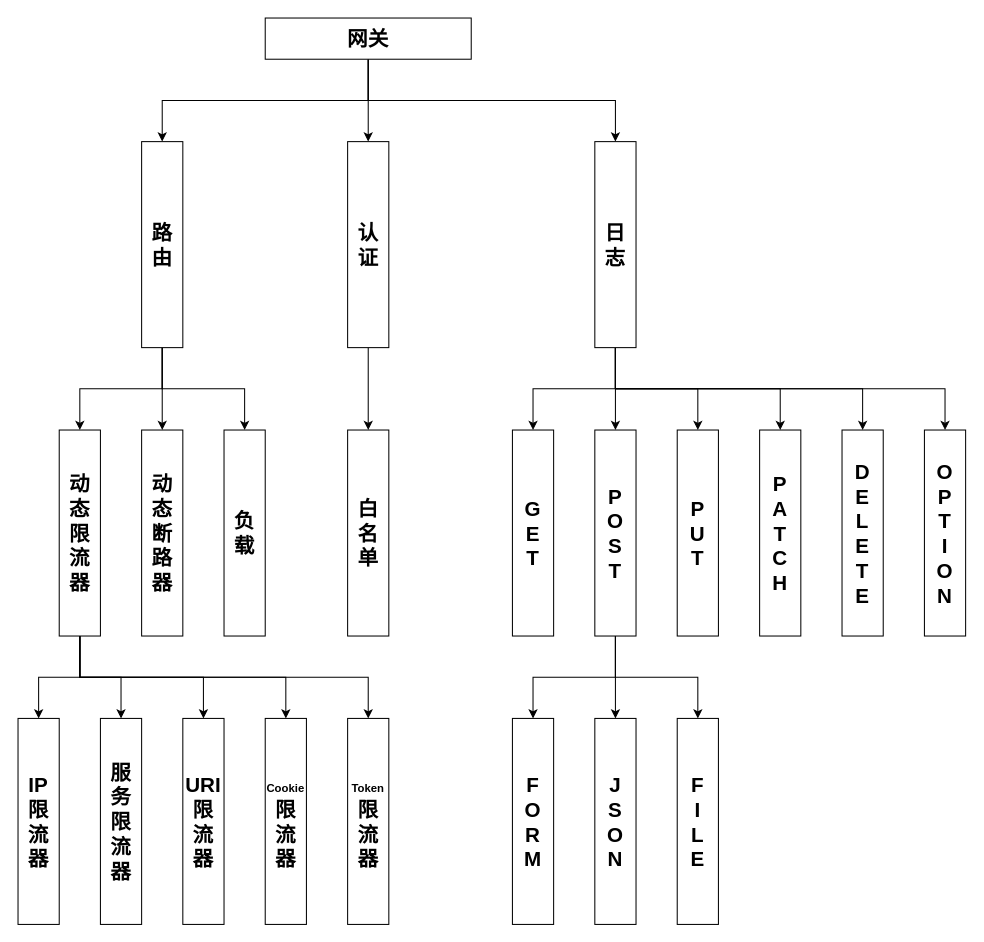
Before: page "功能列表" (1 of 3) of ms-web-gateway/doc/gateway.drawio in QQ1350995917/java-ms-template, a draw.io diagram. Source tidied: cells renumbered, new cells numbered last; positions are measured from the earlier drawing's top-left corner, leaving out a move shared by most shapes. Both pictures are drawn from the tidied source at 103%, with x=0, y=0 at pixel (18, 18).
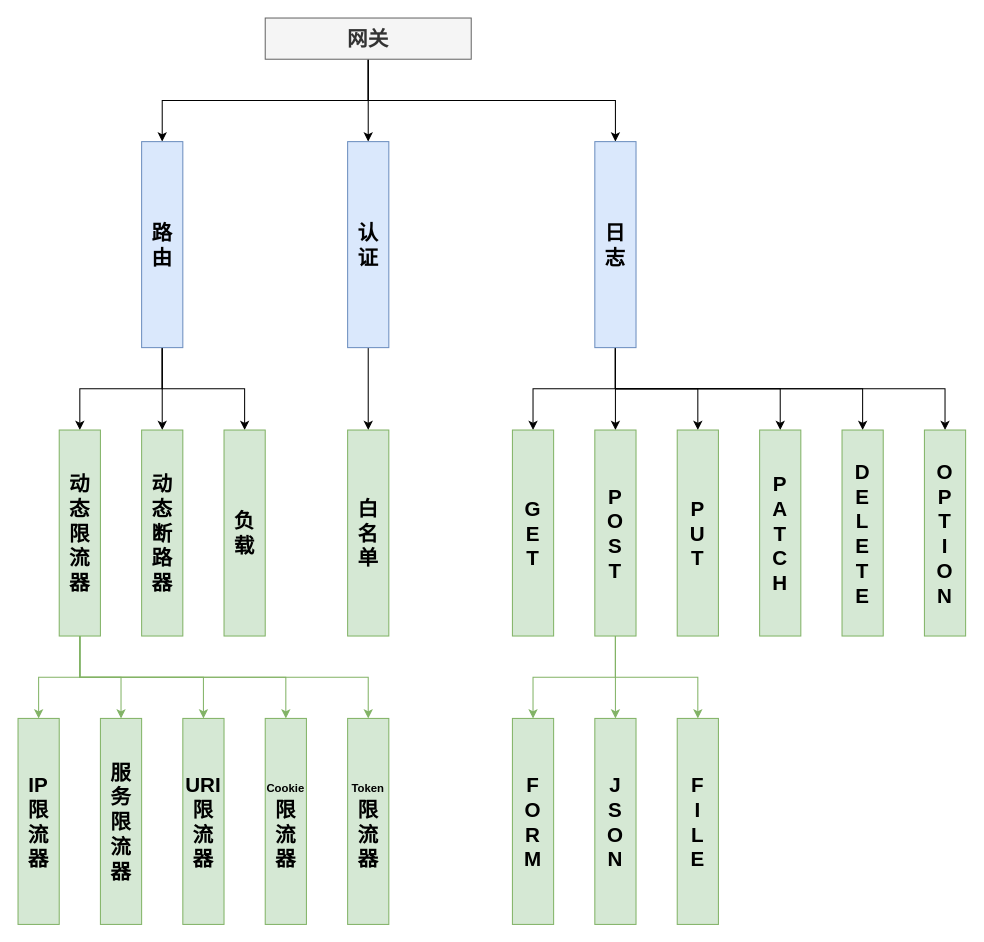
After the change.

The edit, as a diff of the source:
```diff
@@
-    <mxCell id="5" value="&lt;font style=&quot;font-size: 20px;&quot;&gt;网关&lt;/font&gt;" style="rounded=0;whiteSpace=wrap;html=1;fontStyle=1;fontSize=20;" parent="1" vertex="1">
+    <mxCell id="5" value="&lt;font style=&quot;font-size: 20px;&quot;&gt;网关&lt;/font&gt;" style="rounded=0;whiteSpace=wrap;html=1;fontStyle=1;fontSize=20;fillColor=#f5f5f5;strokeColor=#666666;fontColor=#333333;" parent="1" vertex="1">
       <mxGeometry x="240" width="200" height="40" as="geometry" />
     </mxCell>
@@
-    <mxCell id="9" value="路由" style="rounded=0;whiteSpace=wrap;html=1;fontStyle=1;fontSize=20;direction=south;" parent="1" vertex="1">
+    <mxCell id="9" value="路由" style="rounded=0;whiteSpace=wrap;html=1;fontStyle=1;fontSize=20;direction=south;fillColor=#dae8fc;strokeColor=#6c8ebf;" parent="1" vertex="1">
       <mxGeometry x="120" y="120" width="40" height="200" as="geometry" />
     </mxCell>
-    <mxCell id="10" style="edgeStyle=orthogonalEdgeStyle;rounded=0;jettySize=auto;html=1;fontSize=20;" parent="1" edge="1" source="15" target="16">
+    <mxCell id="10" style="edgeStyle=orthogonalEdgeStyle;rounded=0;jettySize=auto;html=1;fontSize=20;fillColor=#d5e8d4;strokeColor=#82b366;" parent="1" edge="1" source="15" target="16">
       <mxGeometry relative="1" as="geometry" />
     </mxCell>
-    <mxCell id="11" style="edgeStyle=orthogonalEdgeStyle;rounded=0;jettySize=auto;html=1;exitX=1;exitY=0.5;exitDx=0;exitDy=0;entryX=0;entryY=0.5;entryDx=0;entryDy=0;fontSize=20;" parent="1" edge="1" source="15" target="30">
+    <mxCell id="11" style="edgeStyle=orthogonalEdgeStyle;rounded=0;jettySize=auto;html=1;exitX=1;exitY=0.5;exitDx=0;exitDy=0;entryX=0;entryY=0.5;entryDx=0;entryDy=0;fontSize=20;fillColor=#d5e8d4;strokeColor=#82b366;" parent="1" edge="1" source="15" target="30">
       <mxGeometry relative="1" as="geometry" />
     </mxCell>
-    <mxCell id="12" style="edgeStyle=orthogonalEdgeStyle;rounded=0;jettySize=auto;html=1;exitX=1;exitY=0.5;exitDx=0;exitDy=0;entryX=0;entryY=0.5;entryDx=0;entryDy=0;fontSize=20;" parent="1" edge="1" source="15" target="31">
+    <mxCell id="12" style="edgeStyle=orthogonalEdgeStyle;rounded=0;jettySize=auto;html=1;exitX=1;exitY=0.5;exitDx=0;exitDy=0;entryX=0;entryY=0.5;entryDx=0;entryDy=0;fontSize=20;fillColor=#d5e8d4;strokeColor=#82b366;" parent="1" edge="1" source="15" target="31">
       <mxGeometry relative="1" as="geometry" />
     </mxCell>
-    <mxCell id="13" style="edgeStyle=orthogonalEdgeStyle;rounded=0;jettySize=auto;html=1;exitX=1;exitY=0.5;exitDx=0;exitDy=0;fontSize=20;" parent="1" edge="1" source="15" target="32">
+    <mxCell id="13" style="edgeStyle=orthogonalEdgeStyle;rounded=0;jettySize=auto;html=1;exitX=1;exitY=0.5;exitDx=0;exitDy=0;fontSize=20;fillColor=#d5e8d4;strokeColor=#82b366;" parent="1" edge="1" source="15" target="32">
       <mxGeometry relative="1" as="geometry" />
     </mxCell>
-    <mxCell id="14" style="edgeStyle=orthogonalEdgeStyle;rounded=0;jettySize=auto;html=1;exitX=1;exitY=0.5;exitDx=0;exitDy=0;fontSize=20;" parent="1" edge="1" source="15" target="33">
+    <mxCell id="14" style="edgeStyle=orthogonalEdgeStyle;rounded=0;jettySize=auto;html=1;exitX=1;exitY=0.5;exitDx=0;exitDy=0;fontSize=20;fillColor=#d5e8d4;strokeColor=#82b366;" parent="1" edge="1" source="15" target="33">
       <mxGeometry relative="1" as="geometry" />
     </mxCell>
-    <mxCell id="15" value="动态限流器" style="rounded=0;whiteSpace=wrap;html=1;fontStyle=1;fontSize=20;direction=south;" parent="1" vertex="1">
+    <mxCell id="15" value="动态限流器" style="rounded=0;whiteSpace=wrap;html=1;fontStyle=1;fontSize=20;direction=south;fillColor=#d5e8d4;strokeColor=#82b366;" parent="1" vertex="1">
       <mxGeometry x="40" y="400" width="40" height="200" as="geometry" />
     </mxCell>
-    <mxCell id="16" value="IP限流器" style="rounded=0;whiteSpace=wrap;html=1;fontStyle=1;fontSize=20;direction=south;" parent="1" vertex="1">
+    <mxCell id="16" value="IP限流器" style="rounded=0;whiteSpace=wrap;html=1;fontStyle=1;fontSize=20;direction=south;fillColor=#d5e8d4;strokeColor=#82b366;" parent="1" vertex="1">
       <mxGeometry y="680" width="40" height="200" as="geometry" />
     </mxCell>
@@
-    <mxCell id="18" value="认证" style="rounded=0;whiteSpace=wrap;html=1;fontStyle=1;fontSize=20;direction=south;" parent="1" vertex="1">
+    <mxCell id="18" value="认证" style="rounded=0;whiteSpace=wrap;html=1;fontStyle=1;fontSize=20;direction=south;fillColor=#dae8fc;strokeColor=#6c8ebf;" parent="1" vertex="1">
       <mxGeometry x="320" y="120" width="40" height="200" as="geometry" />
     </mxCell>
-    <mxCell id="19" value="白名单" style="rounded=0;whiteSpace=wrap;html=1;fontStyle=1;fontSize=20;direction=south;" parent="1" vertex="1">
+    <mxCell id="19" value="白名单" style="rounded=0;whiteSpace=wrap;html=1;fontStyle=1;fontSize=20;direction=south;fillColor=#d5e8d4;strokeColor=#82b366;" parent="1" vertex="1">
       <mxGeometry x="320" y="400" width="40" height="200" as="geometry" />
     </mxCell>
@@
-    <mxCell id="26" value="日志" style="rounded=0;whiteSpace=wrap;html=1;fontStyle=1;fontSize=20;direction=south;" parent="1" vertex="1">
+    <mxCell id="26" value="日志" style="rounded=0;whiteSpace=wrap;html=1;fontStyle=1;fontSize=20;direction=south;fillColor=#dae8fc;strokeColor=#6c8ebf;" parent="1" vertex="1">
       <mxGeometry x="560" y="120" width="40" height="200" as="geometry" />
     </mxCell>
-    <mxCell id="27" value="G&lt;br&gt;E&lt;br&gt;T" style="rounded=0;whiteSpace=wrap;html=1;fontStyle=1;fontSize=20;direction=south;" parent="1" vertex="1">
+    <mxCell id="27" value="G&lt;br&gt;E&lt;br&gt;T" style="rounded=0;whiteSpace=wrap;html=1;fontStyle=1;fontSize=20;direction=south;fillColor=#d5e8d4;strokeColor=#82b366;" parent="1" vertex="1">
       <mxGeometry x="480" y="400" width="40" height="200" as="geometry" />
     </mxCell>
-    <mxCell id="28" value="动态断路器" style="rounded=0;whiteSpace=wrap;html=1;fontStyle=1;fontSize=20;direction=south;" parent="1" vertex="1">
+    <mxCell id="28" value="动态断路器" style="rounded=0;whiteSpace=wrap;html=1;fontStyle=1;fontSize=20;direction=south;fillColor=#d5e8d4;strokeColor=#82b366;" parent="1" vertex="1">
       <mxGeometry x="120" y="400" width="40" height="200" as="geometry" />
     </mxCell>
-    <mxCell id="29" value="负载" style="rounded=0;whiteSpace=wrap;html=1;fontStyle=1;fontSize=20;direction=south;" parent="1" vertex="1">
+    <mxCell id="29" value="负载" style="rounded=0;whiteSpace=wrap;html=1;fontStyle=1;fontSize=20;direction=south;fillColor=#d5e8d4;strokeColor=#82b366;" parent="1" vertex="1">
       <mxGeometry x="200" y="400" width="40" height="200" as="geometry" />
     </mxCell>
-    <mxCell id="30" value="服务限流器" style="rounded=0;whiteSpace=wrap;html=1;fontStyle=1;fontSize=20;direction=south;" parent="1" vertex="1">
+    <mxCell id="30" value="服务限流器" style="rounded=0;whiteSpace=wrap;html=1;fontStyle=1;fontSize=20;direction=south;fillColor=#d5e8d4;strokeColor=#82b366;" parent="1" vertex="1">
       <mxGeometry x="80" y="680" width="40" height="200" as="geometry" />
     </mxCell>
-    <mxCell id="31" value="URI限流器" style="rounded=0;whiteSpace=wrap;html=1;fontStyle=1;fontSize=20;direction=south;" parent="1" vertex="1">
+    <mxCell id="31" value="URI限流器" style="rounded=0;whiteSpace=wrap;html=1;fontStyle=1;fontSize=20;direction=south;fillColor=#d5e8d4;strokeColor=#82b366;" parent="1" vertex="1">
       <mxGeometry x="160" y="680" width="40" height="200" as="geometry" />
     </mxCell>
-    <mxCell id="32" value="&lt;font style=&quot;font-size: 11px&quot;&gt;Cookie&lt;/font&gt;&lt;br&gt;限流器" style="rounded=0;whiteSpace=wrap;html=1;fontStyle=1;fontSize=20;direction=south;" parent="1" vertex="1">
+    <mxCell id="32" value="&lt;font style=&quot;font-size: 11px&quot;&gt;Cookie&lt;/font&gt;&lt;br&gt;限流器" style="rounded=0;whiteSpace=wrap;html=1;fontStyle=1;fontSize=20;direction=south;fillColor=#d5e8d4;strokeColor=#82b366;" parent="1" vertex="1">
       <mxGeometry x="240" y="680" width="40" height="200" as="geometry" />
     </mxCell>
-    <mxCell id="33" value="&lt;font style=&quot;font-size: 11px&quot;&gt;Token&lt;/font&gt;&lt;br&gt;限流器" style="rounded=0;whiteSpace=wrap;html=1;fontStyle=1;fontSize=20;direction=south;" parent="1" vertex="1">
+    <mxCell id="33" value="&lt;font style=&quot;font-size: 11px&quot;&gt;Token&lt;/font&gt;&lt;br&gt;限流器" style="rounded=0;whiteSpace=wrap;html=1;fontStyle=1;fontSize=20;direction=south;fillColor=#d5e8d4;strokeColor=#82b366;" parent="1" vertex="1">
       <mxGeometry x="320" y="680" width="40" height="200" as="geometry" />
     </mxCell>
-    <mxCell id="34" style="edgeStyle=orthogonalEdgeStyle;rounded=0;jettySize=auto;html=1;fontSize=20;exitX=1;exitY=0.5;exitDx=0;exitDy=0;" parent="1" edge="1" source="37" target="38">
+    <mxCell id="34" style="edgeStyle=orthogonalEdgeStyle;rounded=0;jettySize=auto;html=1;fontSize=20;exitX=1;exitY=0.5;exitDx=0;exitDy=0;fillColor=#d5e8d4;strokeColor=#82b366;" parent="1" edge="1" source="37" target="38">
       <mxGeometry relative="1" as="geometry" />
     </mxCell>
-    <mxCell id="35" style="edgeStyle=orthogonalEdgeStyle;rounded=0;jettySize=auto;html=1;exitX=1;exitY=0.5;exitDx=0;exitDy=0;entryX=0;entryY=0.5;entryDx=0;entryDy=0;fontSize=20;" parent="1" edge="1" source="37" target="43">
+    <mxCell id="35" style="edgeStyle=orthogonalEdgeStyle;rounded=0;jettySize=auto;html=1;exitX=1;exitY=0.5;exitDx=0;exitDy=0;entryX=0;entryY=0.5;entryDx=0;entryDy=0;fontSize=20;fillColor=#d5e8d4;strokeColor=#82b366;" parent="1" edge="1" source="37" target="43">
       <mxGeometry relative="1" as="geometry" />
     </mxCell>
-    <mxCell id="36" style="edgeStyle=orthogonalEdgeStyle;rounded=0;jettySize=auto;html=1;exitX=1;exitY=0.5;exitDx=0;exitDy=0;fontSize=20;" parent="1" edge="1" source="37" target="44">
+    <mxCell id="36" style="edgeStyle=orthogonalEdgeStyle;rounded=0;jettySize=auto;html=1;exitX=1;exitY=0.5;exitDx=0;exitDy=0;fontSize=20;fillColor=#d5e8d4;strokeColor=#82b366;" parent="1" edge="1" source="37" target="44">
       <mxGeometry relative="1" as="geometry" />
     </mxCell>
-    <mxCell id="37" value="P&lt;br&gt;O&lt;br&gt;S&lt;br&gt;T" style="rounded=0;whiteSpace=wrap;html=1;fontStyle=1;fontSize=20;direction=south;" parent="1" vertex="1">
+    <mxCell id="37" value="P&lt;br&gt;O&lt;br&gt;S&lt;br&gt;T" style="rounded=0;whiteSpace=wrap;html=1;fontStyle=1;fontSize=20;direction=south;fillColor=#d5e8d4;strokeColor=#82b366;" parent="1" vertex="1">
       <mxGeometry x="560" y="400" width="40" height="200" as="geometry" />
     </mxCell>
-    <mxCell id="38" value="F&lt;br&gt;O&lt;br&gt;R&lt;br&gt;M" style="rounded=0;whiteSpace=wrap;html=1;fontStyle=1;fontSize=20;direction=south;" parent="1" vertex="1">
+    <mxCell id="38" value="F&lt;br&gt;O&lt;br&gt;R&lt;br&gt;M" style="rounded=0;whiteSpace=wrap;html=1;fontStyle=1;fontSize=20;direction=south;fillColor=#d5e8d4;strokeColor=#82b366;" parent="1" vertex="1">
       <mxGeometry x="480" y="680" width="40" height="200" as="geometry" />
     </mxCell>
-    <mxCell id="39" value="P&lt;br&gt;U&lt;br&gt;T" style="rounded=0;whiteSpace=wrap;html=1;fontStyle=1;fontSize=20;direction=south;" parent="1" vertex="1">
+    <mxCell id="39" value="P&lt;br&gt;U&lt;br&gt;T" style="rounded=0;whiteSpace=wrap;html=1;fontStyle=1;fontSize=20;direction=south;fillColor=#d5e8d4;strokeColor=#82b366;" parent="1" vertex="1">
       <mxGeometry x="640" y="400" width="40" height="200" as="geometry" />
     </mxCell>
-    <mxCell id="40" value="P&lt;br&gt;A&lt;br&gt;T&lt;br&gt;C&lt;br&gt;H" style="rounded=0;whiteSpace=wrap;html=1;fontStyle=1;fontSize=20;direction=south;" parent="1" vertex="1">
+    <mxCell id="40" value="P&lt;br&gt;A&lt;br&gt;T&lt;br&gt;C&lt;br&gt;H" style="rounded=0;whiteSpace=wrap;html=1;fontStyle=1;fontSize=20;direction=south;fillColor=#d5e8d4;strokeColor=#82b366;" parent="1" vertex="1">
       <mxGeometry x="720" y="400" width="40" height="200" as="geometry" />
     </mxCell>
-    <mxCell id="41" value="D&lt;br&gt;E&lt;br&gt;L&lt;br&gt;E&lt;br&gt;T&lt;br&gt;E" style="rounded=0;whiteSpace=wrap;html=1;fontStyle=1;fontSize=20;direction=south;" parent="1" vertex="1">
+    <mxCell id="41" value="D&lt;br&gt;E&lt;br&gt;L&lt;br&gt;E&lt;br&gt;T&lt;br&gt;E" style="rounded=0;whiteSpace=wrap;html=1;fontStyle=1;fontSize=20;direction=south;fillColor=#d5e8d4;strokeColor=#82b366;" parent="1" vertex="1">
       <mxGeometry x="800" y="400" width="40" height="200" as="geometry" />
     </mxCell>
-    <mxCell id="42" value="O&lt;br&gt;P&lt;br&gt;T&lt;br&gt;I&lt;br&gt;O&lt;br&gt;N" style="rounded=0;whiteSpace=wrap;html=1;fontStyle=1;fontSize=20;direction=south;" parent="1" vertex="1">
+    <mxCell id="42" value="O&lt;br&gt;P&lt;br&gt;T&lt;br&gt;I&lt;br&gt;O&lt;br&gt;N" style="rounded=0;whiteSpace=wrap;html=1;fontStyle=1;fontSize=20;direction=south;fillColor=#d5e8d4;strokeColor=#82b366;" parent="1" vertex="1">
       <mxGeometry x="880" y="400" width="40" height="200" as="geometry" />
     </mxCell>
-    <mxCell id="43" value="J&lt;br&gt;S&lt;br&gt;O&lt;br&gt;N" style="rounded=0;whiteSpace=wrap;html=1;fontStyle=1;fontSize=20;direction=south;" parent="1" vertex="1">
+    <mxCell id="43" value="J&lt;br&gt;S&lt;br&gt;O&lt;br&gt;N" style="rounded=0;whiteSpace=wrap;html=1;fontStyle=1;fontSize=20;direction=south;fillColor=#d5e8d4;strokeColor=#82b366;" parent="1" vertex="1">
       <mxGeometry x="560" y="680" width="40" height="200" as="geometry" />
     </mxCell>
-    <mxCell id="44" value="F&lt;br&gt;I&lt;br&gt;L&lt;br&gt;E" style="rounded=0;whiteSpace=wrap;html=1;fontStyle=1;fontSize=20;direction=south;" parent="1" vertex="1">
+    <mxCell id="44" value="F&lt;br&gt;I&lt;br&gt;L&lt;br&gt;E" style="rounded=0;whiteSpace=wrap;html=1;fontStyle=1;fontSize=20;direction=south;fillColor=#d5e8d4;strokeColor=#82b366;" parent="1" vertex="1">
       <mxGeometry x="640" y="680" width="40" height="200" as="geometry" />
     </mxCell>
```
